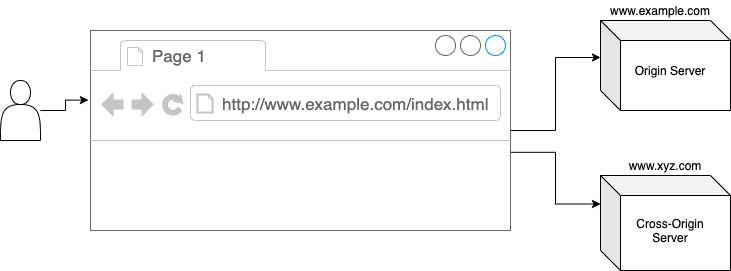
Above: assets/img/posts/cors/CORS-terms.png in reflectoring/reflectoring.github.io (draw.io), before the change. Source tidied: cells renumbered, new cells last; positions are measured from the earlier drawing's top-left corner, leaving out a move shared by most shapes.
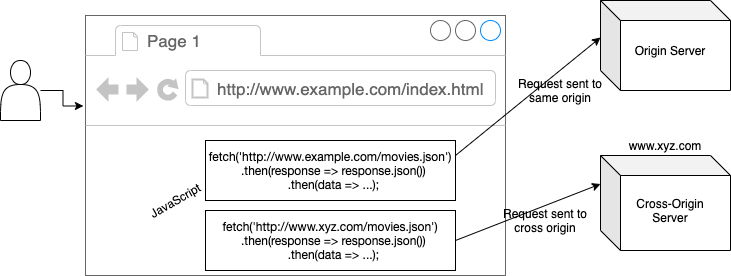
After the change.

Diff of the diagram source:
```diff
@@ -5,29 +5,29 @@
     <mxCell id="2" style="shape=cube;whiteSpace=wrap;html=1;boundedLbl=1;backgroundOutline=1;darkOpacity=0.05;darkOpacity2=0.1;" parent="1" vertex="1">
       <mxGeometry x="600" y="20" width="130" height="90" as="geometry" />
     </mxCell>
-    <mxCell id="3" style="edgeStyle=orthogonalEdgeStyle;rounded=0;jettySize=auto;html=1;entryX=-0.005;entryY=0.348;entryDx=0;entryDy=0;entryPerimeter=0;" parent="1" edge="1" source="4" target="7">
+    <mxCell id="3" style="edgeStyle=orthogonalEdgeStyle;rounded=0;jettySize=auto;html=1;entryX=-0.005;entryY=0.348;entryDx=0;entryDy=0;entryPerimeter=0;" parent="1" edge="1" source="4" target="5">
       <mxGeometry relative="1" as="geometry" />
     </mxCell>
     <mxCell id="4" style="shape=actor;whiteSpace=wrap;html=1;" parent="1" vertex="1">
       <mxGeometry y="80" width="40" height="60" as="geometry" />
     </mxCell>
-    <mxCell id="5" style="edgeStyle=orthogonalEdgeStyle;rounded=0;jettySize=auto;html=1;entryX=0;entryY=0.411;entryDx=0;entryDy=0;entryPerimeter=0;" parent="1" edge="1" source="7" target="2">
-      <mxGeometry relative="1" as="geometry" />
+    <mxCell id="5" style="strokeWidth=1;shadow=0;dashed=0;align=center;html=1;shape=mxgraph.mockup.containers.browserWindow;rSize=0;strokeColor=#666666;strokeColor2=#008cff;strokeColor3=#c4c4c4;mainText=,;" parent="1" vertex="1">
+      <mxGeometry x="85" y="35" width="420" height="260" as="geometry" />
     </mxCell>
-    <mxCell id="6" style="edgeStyle=orthogonalEdgeStyle;rounded=0;jettySize=auto;html=1;entryX=0;entryY=0.3;entryDx=0;entryDy=0;entryPerimeter=0;exitX=1;exitY=0.609;exitDx=0;exitDy=0;exitPerimeter=0;" parent="1" edge="1" source="7" target="11">
-      <mxGeometry relative="1" as="geometry" />
+    <mxCell id="6" value="Page 1" style="strokeWidth=1;shadow=0;dashed=0;align=center;html=1;shape=mxgraph.mockup.containers.anchor;fontSize=17;fontColor=#666666;align=left;" parent="5" vertex="1">
+      <mxGeometry x="60" y="12" width="110" height="26" as="geometry" />
     </mxCell>
-    <mxCell id="7" style="strokeWidth=1;shadow=0;dashed=0;align=center;html=1;shape=mxgraph.mockup.containers.browserWindow;rSize=0;strokeColor=#666666;strokeColor2=#008cff;strokeColor3=#c4c4c4;mainText=,;" parent="1" vertex="1">
-      <mxGeometry x="90" y="30" width="420" height="200" as="geometry" />
+    <mxCell id="7" value="http://www.example.com/index.html" style="strokeWidth=1;shadow=0;dashed=0;align=center;html=1;shape=mxgraph.mockup.containers.anchor;rSize=0;fontSize=17;fontColor=#666666;align=left;" parent="5" vertex="1">
+      <mxGeometry x="130" y="60" width="250" height="26" as="geometry" />
     </mxCell>
-    <mxCell id="8" value="Page 1" style="strokeWidth=1;shadow=0;dashed=0;align=center;html=1;shape=mxgraph.mockup.containers.anchor;fontSize=17;fontColor=#666666;align=left;" parent="7" vertex="1">
-      <mxGeometry x="60" y="12" width="110" height="26" as="geometry" />
+    <mxCell id="8" value="&lt;p class=&quot;p1&quot; style=&quot;margin: 0px ; font-stretch: normal ; line-height: normal ; font-family: &amp;#34;helvetica neue&amp;#34;&quot;&gt;fetch('http://www.example.com/movies.json')&lt;/p&gt;&lt;p class=&quot;p1&quot; style=&quot;margin: 0px ; font-stretch: normal ; line-height: normal ; font-family: &amp;#34;helvetica neue&amp;#34;&quot;&gt;&lt;span class=&quot;Apple-converted-space&quot;&gt;&amp;nbsp; &lt;/span&gt;.then(response =&amp;gt; response.json())&lt;/p&gt;&lt;p class=&quot;p1&quot; style=&quot;margin: 0px ; font-stretch: normal ; line-height: normal ; font-family: &amp;#34;helvetica neue&amp;#34;&quot;&gt;&lt;span class=&quot;Apple-converted-space&quot;&gt;&amp;nbsp; &lt;/span&gt;.then(data =&amp;gt; ...);&lt;/p&gt;" style="text;html=1;fillColor=none;align=center;verticalAlign=middle;whiteSpace=wrap;rounded=0;strokeColor=#000000;" parent="5" vertex="1">
+      <mxGeometry x="120" y="125" width="250" height="60" as="geometry" />
     </mxCell>
-    <mxCell id="9" value="http://www.example.com/index.html" style="strokeWidth=1;shadow=0;dashed=0;align=center;html=1;shape=mxgraph.mockup.containers.anchor;rSize=0;fontSize=17;fontColor=#666666;align=left;" parent="7" vertex="1">
-      <mxGeometry x="130" y="60" width="250" height="26" as="geometry" />
+    <mxCell id="9" value="&lt;p class=&quot;p1&quot; style=&quot;margin: 0px ; font-stretch: normal ; line-height: normal ; font-family: &amp;#34;helvetica neue&amp;#34;&quot;&gt;fetch('http://www.xyz.com/movies.json')&lt;/p&gt;&lt;p class=&quot;p1&quot; style=&quot;margin: 0px ; font-stretch: normal ; line-height: normal ; font-family: &amp;#34;helvetica neue&amp;#34;&quot;&gt;&lt;span class=&quot;Apple-converted-space&quot;&gt;&amp;nbsp; &lt;/span&gt;.then(response =&amp;gt; response.json())&lt;/p&gt;&lt;p class=&quot;p1&quot; style=&quot;margin: 0px ; font-stretch: normal ; line-height: normal ; font-family: &amp;#34;helvetica neue&amp;#34;&quot;&gt;&lt;span class=&quot;Apple-converted-space&quot;&gt;&amp;nbsp; &lt;/span&gt;.then(data =&amp;gt; ...);&lt;/p&gt;" style="text;html=1;fillColor=none;align=center;verticalAlign=middle;whiteSpace=wrap;rounded=0;strokeColor=#000000;" parent="5" vertex="1">
+      <mxGeometry x="120" y="195" width="250" height="60" as="geometry" />
     </mxCell>
-    <mxCell id="10" value="www.example.com" style="text;html=1;strokeColor=none;fillColor=none;align=center;verticalAlign=middle;whiteSpace=wrap;rounded=0;" parent="1" vertex="1">
-      <mxGeometry x="600" width="120" height="20" as="geometry" />
+    <mxCell id="10" value="JavaScript" style="text;html=1;strokeColor=none;fillColor=none;align=center;verticalAlign=middle;whiteSpace=wrap;rounded=0;rotation=-30;" parent="5" vertex="1">
+      <mxGeometry x="70" y="175" width="40" height="20" as="geometry" />
     </mxCell>
     <mxCell id="11" style="shape=cube;whiteSpace=wrap;html=1;boundedLbl=1;backgroundOutline=1;darkOpacity=0.05;darkOpacity2=0.1;" parent="1" vertex="1">
       <mxGeometry x="600" y="175" width="130" height="95" as="geometry" />
@@ -41,5 +41,17 @@
     <mxCell id="14" value="www.xyz.com" style="text;html=1;strokeColor=none;fillColor=none;align=center;verticalAlign=middle;whiteSpace=wrap;rounded=0;" parent="1" vertex="1">
       <mxGeometry x="605" y="155" width="120" height="20" as="geometry" />
     </mxCell>
+    <mxCell id="15" style="rounded=0;jettySize=auto;html=1;entryX=0;entryY=0.411;entryDx=0;entryDy=0;entryPerimeter=0;exitX=1;exitY=0.25;exitDx=0;exitDy=0;" parent="1" edge="1" source="8" target="2">
+      <mxGeometry relative="1" as="geometry" />
+    </mxCell>
+    <mxCell id="16" style="rounded=0;jettySize=auto;html=1;entryX=0;entryY=0.3;entryDx=0;entryDy=0;entryPerimeter=0;exitX=1;exitY=0.5;exitDx=0;exitDy=0;" parent="1" edge="1" source="9" target="11">
+      <mxGeometry relative="1" as="geometry" />
+    </mxCell>
+    <mxCell id="17" value="Request sent to same origin" style="text;html=1;strokeColor=none;fillColor=none;align=center;verticalAlign=middle;whiteSpace=wrap;rounded=0;" parent="1" vertex="1">
+      <mxGeometry x="515" y="100" width="90" height="20" as="geometry" />
+    </mxCell>
+    <mxCell id="18" value="Request sent to cross origin" style="text;html=1;strokeColor=none;fillColor=none;align=center;verticalAlign=middle;whiteSpace=wrap;rounded=0;" parent="1" vertex="1">
+      <mxGeometry x="500" y="230" width="90" height="20" as="geometry" />
+    </mxCell>
   </root>
 </mxGraphModel>
```
